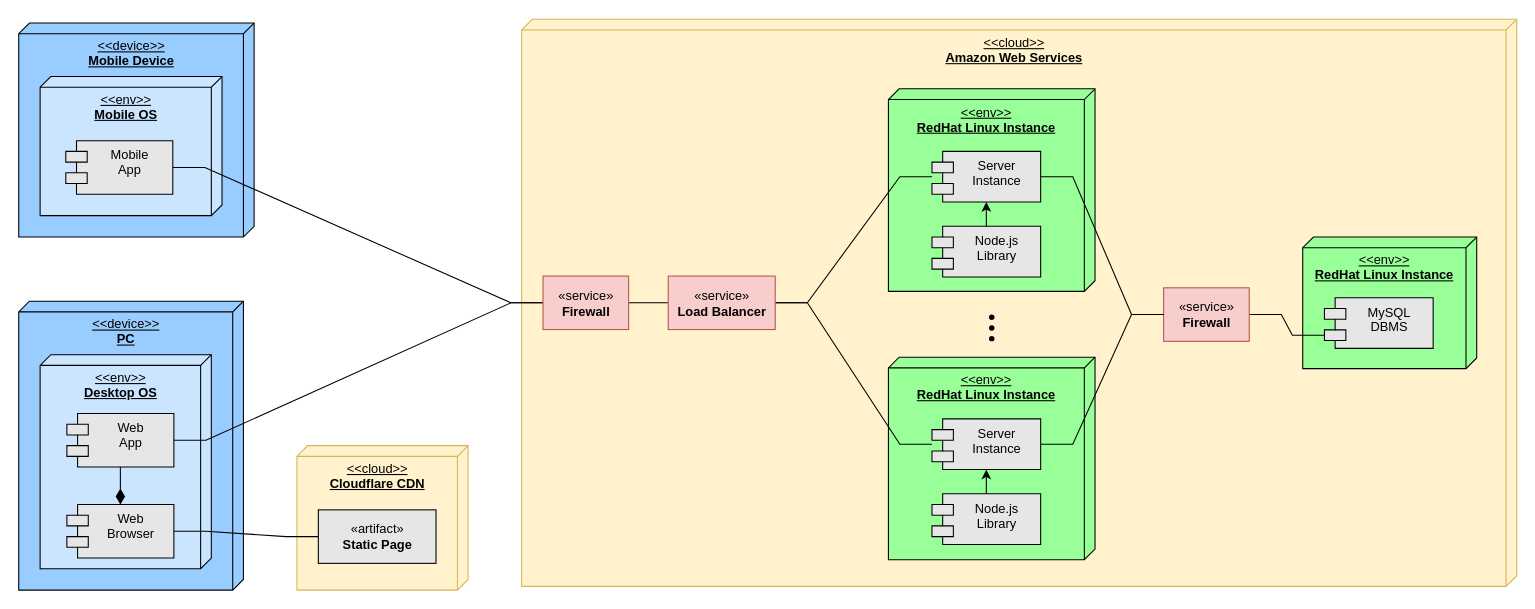
The draw.io diagram DD/images/draw.io/deployment_structure.drawio in andreafra/Software-Engineering-2-Project-2021, before the edit. Source tidied: cells renumbered, new cells numbered last; positions are measured from the earlier drawing's top-left corner, leaving out a move shared by most shapes. Both pictures are drawn from the tidied source at 107%, with x=0, y=0 at pixel (18, 19).
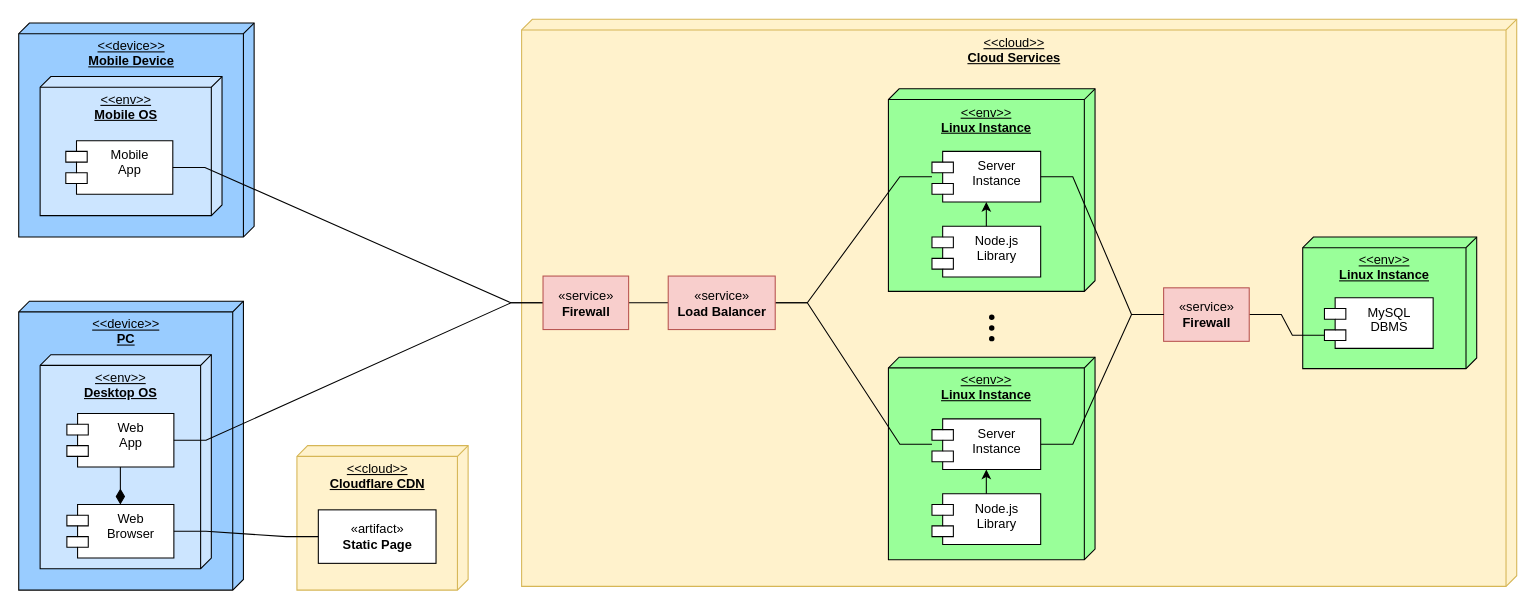
The same diagram, later.

Commit message (it also covers changes not shown here):
removed amazon, revision of traceability, revision of overall architecture

The change refers to these unchanged cells:
```xml
<mxCell id="11" style="group;" parent="1" vertex="1">
  <mxGeometry x="260" y="398" width="160" height="135" as="geometry" />
</mxCell>
<mxCell id="17" style="group;" parent="1" vertex="1">
  <mxGeometry x="812.8" y="64.5" width="193.1" height="189.3" as="geometry" />
</mxCell>
<mxCell id="23" style="group;" parent="1" vertex="1">
  <mxGeometry x="812.8" y="315.3" width="193.1" height="189.3" as="geometry" />
</mxCell>
<mxCell id="29" style="group;" parent="1" vertex="1">
  <mxGeometry x="1200" y="203" width="162.6" height="123" as="geometry" />
</mxCell>
```

What changed in the source:
```diff
@@
-    <mxCell id="2" value="&amp;lt;&amp;lt;cloud&amp;gt;&amp;gt;&lt;br&gt;&lt;b&gt;Amazon Web Services&lt;/b&gt;" style="verticalAlign=top;align=center;spacingTop=8;spacingLeft=2;spacingRight=12;shape=cube;size=10;direction=south;fontStyle=4;html=1;fillColor=#fff2cc;strokeColor=#d6b656;" parent="1" vertex="1">
+    <mxCell id="2" value="&amp;lt;&amp;lt;cloud&amp;gt;&amp;gt;&lt;br&gt;&lt;b&gt;Cloud Services&lt;/b&gt;" style="verticalAlign=top;align=center;spacingTop=8;spacingLeft=2;spacingRight=12;shape=cube;size=10;direction=south;fontStyle=4;html=1;fillColor=#fff2cc;strokeColor=#d6b656;" parent="1" vertex="1">
       <mxGeometry x="470" y="-0.5" width="930" height="530" as="geometry" />
     </mxCell>
@@
-    <mxCell id="7" value="Mobile&#10;App" style="shape=module;align=left;spacingLeft=20;align=center;verticalAlign=top;fillColor=#E6E6E6;" parent="1" vertex="1">
+    <mxCell id="7" value="Mobile&#10;App" style="shape=module;align=left;spacingLeft=20;align=center;verticalAlign=top;fillColor=#FFFFFF;" parent="1" vertex="1">
       <mxGeometry x="44" y="113" width="100" height="50" as="geometry" />
     </mxCell>
-    <mxCell id="8" value="Web&#10;App" style="shape=module;align=left;spacingLeft=20;align=center;verticalAlign=top;fillColor=#E6E6E6;" parent="1" vertex="1">
+    <mxCell id="8" value="Web&#10;App" style="shape=module;align=left;spacingLeft=20;align=center;verticalAlign=top;fillColor=#FFFFFF;" parent="1" vertex="1">
       <mxGeometry x="45" y="368" width="100" height="50" as="geometry" />
     </mxCell>
@@
-    <mxCell id="10" value="Web&#10;Browser" style="shape=module;align=left;spacingLeft=20;align=center;verticalAlign=top;fillColor=#E6E6E6;" parent="1" vertex="1">
+    <mxCell id="10" value="Web&#10;Browser" style="shape=module;align=left;spacingLeft=20;align=center;verticalAlign=top;fillColor=#FFFFFF;" parent="1" vertex="1">
       <mxGeometry x="45" y="453" width="100" height="50" as="geometry" />
     </mxCell>
@@
-    <mxCell id="13" value="«artifact»&lt;br&gt;&lt;b&gt;Static Page&lt;/b&gt;" style="html=1;fillColor=#E6E6E6;" parent="11" vertex="1">
+    <mxCell id="13" value="«artifact»&lt;br&gt;&lt;b&gt;Static Page&lt;/b&gt;" style="html=1;shadow=0;sketch=0;glass=0;" parent="11" vertex="1">
       <mxGeometry x="20" y="60" width="110" height="50" as="geometry" />
     </mxCell>
@@
-    <mxCell id="18" value="&amp;lt;&amp;lt;env&amp;gt;&amp;gt;&lt;br&gt;&lt;b&gt;RedHat Linux Instance&lt;/b&gt;" style="verticalAlign=top;align=center;spacingTop=8;spacingLeft=2;spacingRight=12;shape=cube;size=10;direction=south;fontStyle=4;html=1;fillColor=#99FF99;" parent="17" vertex="1">
+    <mxCell id="18" value="&amp;lt;&amp;lt;env&amp;gt;&amp;gt;&lt;br&gt;&lt;b&gt;Linux Instance&lt;/b&gt;" style="verticalAlign=top;align=center;spacingTop=8;spacingLeft=2;spacingRight=12;shape=cube;size=10;direction=south;fontStyle=4;html=1;fillColor=#99FF99;" parent="17" vertex="1">
       <mxGeometry width="193.1" height="189.3" as="geometry" />
     </mxCell>
-    <mxCell id="19" value="Server&#10;Instance" style="shape=module;align=left;spacingLeft=20;align=center;verticalAlign=top;fillColor=#E6E6E6;" parent="17" vertex="1">
+    <mxCell id="19" value="Server&#10;Instance" style="shape=module;align=left;spacingLeft=20;align=center;verticalAlign=top;" parent="17" vertex="1">
       <mxGeometry x="40.7" y="58.5" width="101.6" height="47.3" as="geometry" />
     </mxCell>
-    <mxCell id="20" value="Node.js&#10;Library" style="shape=module;align=left;spacingLeft=20;align=center;verticalAlign=top;fillColor=#E6E6E6;" parent="17" vertex="1">
+    <mxCell id="20" value="Node.js&#10;Library" style="shape=module;align=left;spacingLeft=20;align=center;verticalAlign=top;" parent="17" vertex="1">
       <mxGeometry x="40.7" y="128.5" width="101.6" height="47.3" as="geometry" />
     </mxCell>
@@
-    <mxCell id="24" value="&amp;lt;&amp;lt;env&amp;gt;&amp;gt;&lt;br&gt;&lt;b&gt;RedHat Linux Instance&lt;/b&gt;" style="verticalAlign=top;align=center;spacingTop=8;spacingLeft=2;spacingRight=12;shape=cube;size=10;direction=south;fontStyle=4;html=1;fillColor=#99FF99;" parent="23" vertex="1">
+    <mxCell id="24" value="&amp;lt;&amp;lt;env&amp;gt;&amp;gt;&lt;br&gt;&lt;b&gt;Linux Instance&lt;/b&gt;" style="verticalAlign=top;align=center;spacingTop=8;spacingLeft=2;spacingRight=12;shape=cube;size=10;direction=south;fontStyle=4;html=1;fillColor=#99FF99;" parent="23" vertex="1">
       <mxGeometry width="193.1" height="189.3" as="geometry" />
     </mxCell>
-    <mxCell id="25" value="Server&#10;Instance" style="shape=module;align=left;spacingLeft=20;align=center;verticalAlign=top;fillColor=#E6E6E6;" parent="23" vertex="1">
+    <mxCell id="25" value="Server&#10;Instance" style="shape=module;align=left;spacingLeft=20;align=center;verticalAlign=top;" parent="23" vertex="1">
       <mxGeometry x="40.7" y="57.7" width="101.6" height="47.3" as="geometry" />
     </mxCell>
-    <mxCell id="26" value="Node.js&#10;Library" style="shape=module;align=left;spacingLeft=20;align=center;verticalAlign=top;fillColor=#E6E6E6;" parent="23" vertex="1">
+    <mxCell id="26" value="Node.js&#10;Library" style="shape=module;align=left;spacingLeft=20;align=center;verticalAlign=top;" parent="23" vertex="1">
       <mxGeometry x="40.7" y="127.7" width="101.6" height="47.3" as="geometry" />
     </mxCell>
@@
-    <mxCell id="30" value="&amp;lt;&amp;lt;env&amp;gt;&amp;gt;&lt;br&gt;&lt;b&gt;RedHat Linux Instance&lt;/b&gt;" style="verticalAlign=top;align=center;spacingTop=8;spacingLeft=2;spacingRight=12;shape=cube;size=10;direction=south;fontStyle=4;html=1;fillColor=#99FF99;" parent="29" vertex="1">
+    <mxCell id="30" value="&amp;lt;&amp;lt;env&amp;gt;&amp;gt;&lt;br&gt;&lt;b&gt;Linux Instance&lt;/b&gt;" style="verticalAlign=top;align=center;spacingTop=8;spacingLeft=2;spacingRight=12;shape=cube;size=10;direction=south;fontStyle=4;html=1;fillColor=#99FF99;" parent="29" vertex="1">
       <mxGeometry width="162.6" height="123" as="geometry" />
     </mxCell>
-    <mxCell id="31" value="MySQL&#10;DBMS" style="shape=module;align=left;spacingLeft=20;align=center;verticalAlign=top;fillColor=#E6E6E6;" parent="29" vertex="1">
+    <mxCell id="31" value="MySQL&#10;DBMS" style="shape=module;align=left;spacingLeft=20;align=center;verticalAlign=top;" parent="29" vertex="1">
       <mxGeometry x="20.3" y="56.8" width="101.6" height="47.3" as="geometry" />
     </mxCell>
```
